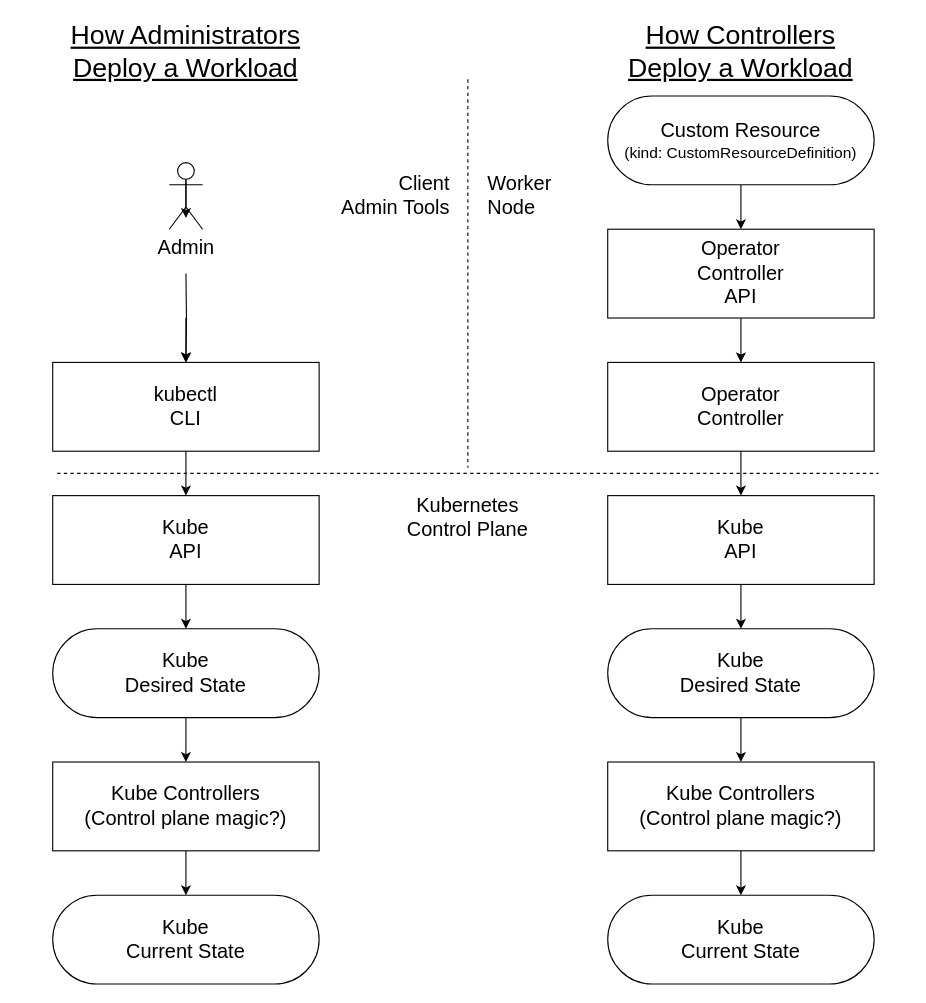
Above: images/operator-interactions.drawio in IBM/create-and-deploy-memcached-operator-using-go (draw.io), before the change. Source tidied: cells renumbered, new cells numbered last; positions are measured from the earlier drawing's top-left corner, leaving out a move shared by most shapes. Both pictures are drawn from the tidied source at 111%, with x=0, y=0 at pixel (19, 40).
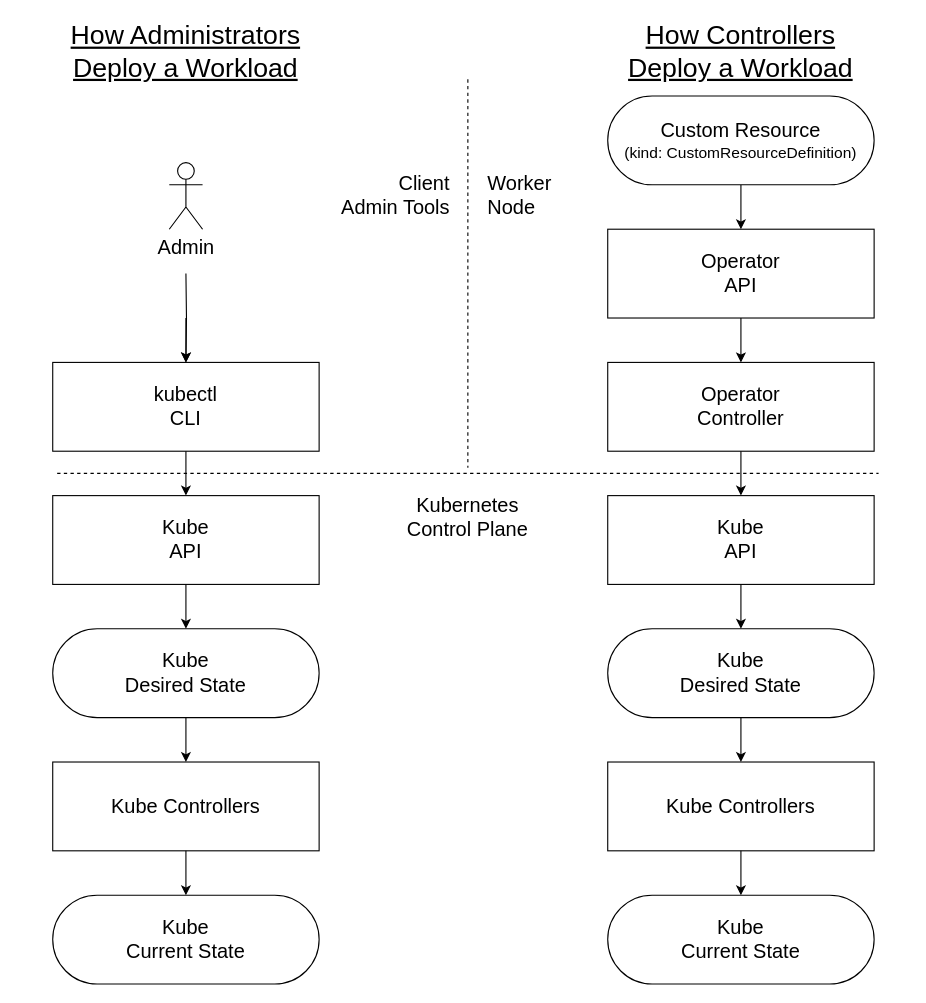
The same diagram, later.

Commit message (it also covers changes not shown here):
TT-ISV-org/planning#226: Improve diagrams

What changed in the source:
```diff
@@
-    <mxCell id="4" value="&lt;font style=&quot;font-size: 18px&quot;&gt;Kube Controllers&lt;br&gt;(Control plane magic?)&lt;br&gt;&lt;/font&gt;" style="rounded=0;whiteSpace=wrap;html=1;" parent="1" vertex="1">
+    <mxCell id="4" value="&lt;font style=&quot;font-size: 18px&quot;&gt;Kube Controllers&lt;br&gt;&lt;/font&gt;" style="rounded=0;whiteSpace=wrap;html=1;" parent="1" vertex="1">
       <mxGeometry x="30" y="650" width="240" height="80" as="geometry" />
     </mxCell>
@@
-    <mxCell id="6" style="endArrow=classic;html=1;exitX=0.5;exitY=1;exitDx=0;exitDy=0;entryX=0.5;entryY=0;entryDx=0;entryDy=0;strokeWidth=1;endFill=1;" parent="1" edge="1">
-      <mxGeometry relative="1" as="geometry">
-        <mxPoint x="150" y="120" as="sourcePoint" />
-        <mxPoint x="150" y="160" as="targetPoint" />
-      </mxGeometry>
-    </mxCell>
@@
-    <mxCell id="13" value="&lt;font style=&quot;font-size: 18px&quot;&gt;Operator&lt;br&gt;Controller&lt;br&gt;API&lt;/font&gt;" style="rounded=0;whiteSpace=wrap;html=1;" parent="1" vertex="1">
+    <mxCell id="13" value="&lt;font style=&quot;font-size: 18px&quot;&gt;Operator&lt;br&gt;API&lt;/font&gt;" style="rounded=0;whiteSpace=wrap;html=1;" parent="1" vertex="1">
       <mxGeometry x="530" y="170" width="240" height="80" as="geometry" />
     </mxCell>
@@
-    <mxCell id="16" value="&lt;span style=&quot;font-size: 18px&quot;&gt;Kube Controllers&lt;/span&gt;&lt;br style=&quot;font-size: 18px&quot;&gt;&lt;span style=&quot;font-size: 18px&quot;&gt;(Control plane magic?)&lt;/span&gt;" style="rounded=0;whiteSpace=wrap;html=1;" parent="1" vertex="1">
+    <mxCell id="16" value="&lt;span style=&quot;font-size: 18px&quot;&gt;Kube Controllers&lt;/span&gt;" style="rounded=0;whiteSpace=wrap;html=1;" parent="1" vertex="1">
       <mxGeometry x="530" y="650" width="240" height="80" as="geometry" />
     </mxCell>
```
